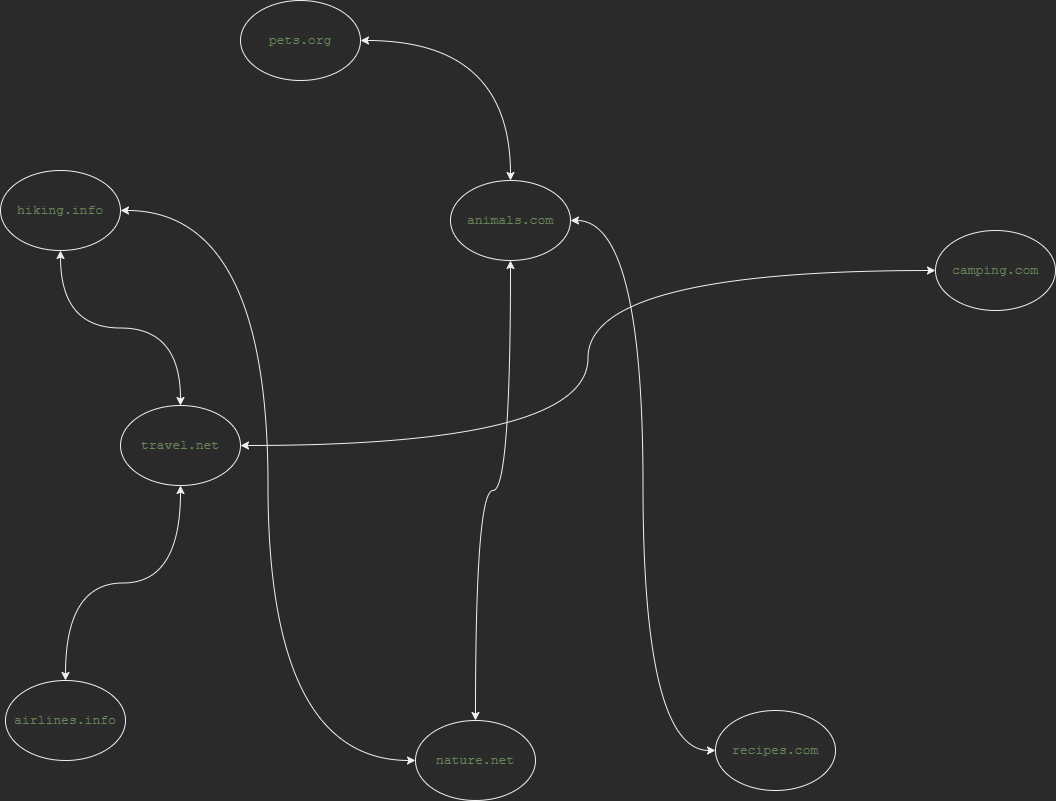
Above: links.drawio.png in funkey7dan/big_data_ex2 (draw.io), before the change. Source tidied: cells renumbered, new cells last; positions are measured from the earlier drawing's top-left corner, leaving out a move shared by most shapes.
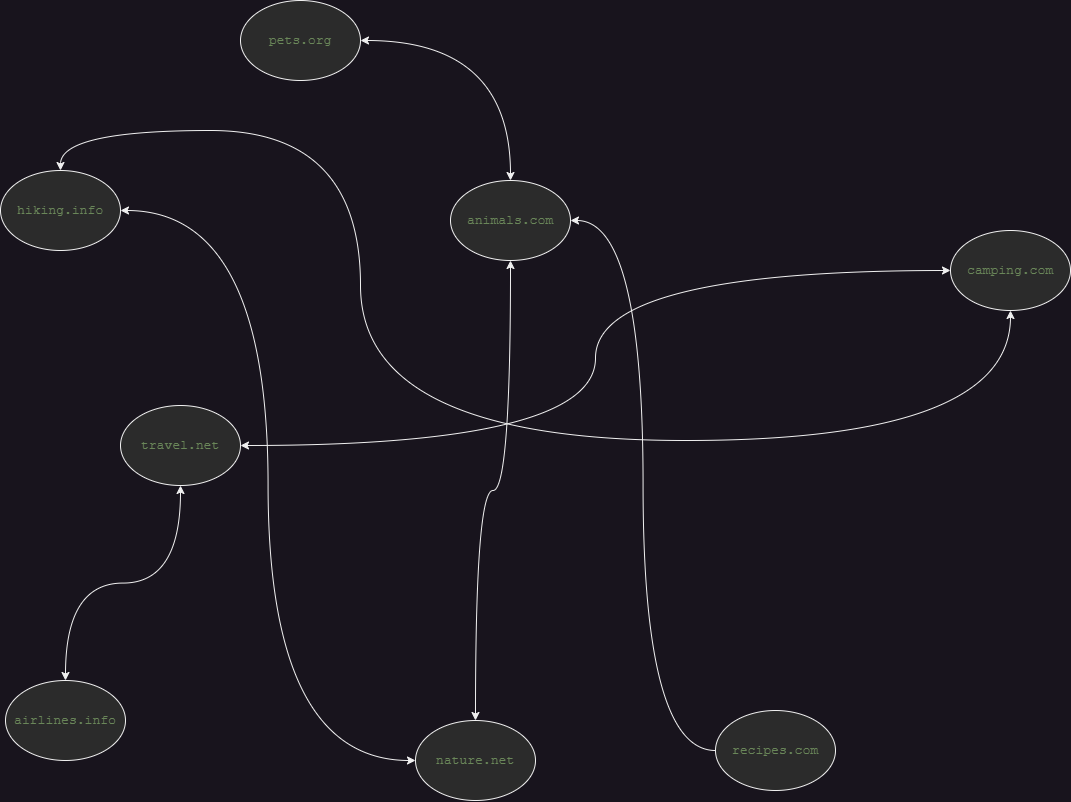
Later version of the same file.

The edit, as a diff of the source:
```diff
@@ -5,23 +5,30 @@
     <mxCell id="2" style="edgeStyle=orthogonalEdgeStyle;jettySize=auto;html=1;exitX=0.5;exitY=1;exitDx=0;exitDy=0;startArrow=classic;startFill=1;curved=1;" parent="1" edge="1" source="3" target="16">
       <mxGeometry relative="1" as="geometry" />
     </mxCell>
-    <mxCell id="3" value="&lt;pre style=&quot;background-color:#2b2b2b;color:#a9b7c6;font-family:'JetBrains Mono',monospace;font-size:9.8pt;&quot;&gt;&lt;span style=&quot;color:#6a8759;&quot;&gt;animals.com&lt;/span&gt;&lt;/pre&gt;" style="ellipse;whiteSpace=wrap;html=1;" parent="1" vertex="1">
+    <mxCell id="3" value="&lt;pre style=&quot;background-color:#2b2b2b;color:#a9b7c6;font-family:'JetBrains Mono',monospace;font-size:9.8pt;&quot;&gt;&lt;span style=&quot;color:#6a8759;&quot;&gt;animals.com&lt;/span&gt;&lt;/pre&gt;" style="ellipse;whiteSpace=wrap;html=1;fillColor=#2B2B2B;" parent="1" vertex="1">
       <mxGeometry x="450" y="180" width="120" height="80" as="geometry" />
     </mxCell>
     <mxCell id="4" style="edgeStyle=orthogonalEdgeStyle;jettySize=auto;html=1;entryX=0.5;entryY=0;entryDx=0;entryDy=0;startArrow=classic;startFill=1;curved=1;" parent="1" edge="1" source="5" target="3">
       <mxGeometry relative="1" as="geometry" />
     </mxCell>
-    <mxCell id="5" value="&lt;pre style=&quot;background-color:#2b2b2b;color:#a9b7c6;font-family:'JetBrains Mono',monospace;font-size:9.8pt;&quot;&gt;&lt;span style=&quot;color:#6a8759;&quot;&gt;pets.org&lt;/span&gt;&lt;/pre&gt;" style="ellipse;whiteSpace=wrap;html=1;" parent="1" vertex="1">
+    <mxCell id="5" value="&lt;pre style=&quot;background-color:#2b2b2b;color:#a9b7c6;font-family:'JetBrains Mono',monospace;font-size:9.8pt;&quot;&gt;&lt;span style=&quot;color:#6a8759;&quot;&gt;pets.org&lt;/span&gt;&lt;/pre&gt;" style="ellipse;whiteSpace=wrap;html=1;fillColor=#2B2B2B;" parent="1" vertex="1">
       <mxGeometry x="240" width="120" height="80" as="geometry" />
     </mxCell>
-    <mxCell id="6" style="edgeStyle=orthogonalEdgeStyle;jettySize=auto;html=1;exitX=0.5;exitY=1;exitDx=0;exitDy=0;entryX=0.5;entryY=0;entryDx=0;entryDy=0;startArrow=classic;startFill=1;curved=1;" parent="1" edge="1" source="7" target="11">
-      <mxGeometry relative="1" as="geometry" />
-    </mxCell>
+    <mxCell id="17" style="edgeStyle=orthogonalEdgeStyle;jettySize=auto;html=1;entryX=0.5;entryY=1;entryDx=0;entryDy=0;startArrow=classic;startFill=1;endArrow=classic;endFill=1;curved=1;exitX=0.5;exitY=0;exitDx=0;exitDy=0;" parent="1" edge="1" source="7" target="8">
+      <mxGeometry relative="1" as="geometry">
+        <Array as="points">
+          <mxPoint x="60" y="130" />
+          <mxPoint x="360" y="130" />
+          <mxPoint x="360" y="440" />
+          <mxPoint x="1010" y="440" />
+        </Array>
+      </mxGeometry>
+    </mxCell>
-    <mxCell id="7" value="&lt;pre style=&quot;background-color:#2b2b2b;color:#a9b7c6;font-family:'JetBrains Mono',monospace;font-size:9.8pt;&quot;&gt;&lt;span style=&quot;color:#6a8759;&quot;&gt;hiking.info&lt;/span&gt;&lt;/pre&gt;" style="ellipse;whiteSpace=wrap;html=1;" parent="1" vertex="1">
+    <mxCell id="7" value="&lt;pre style=&quot;background-color:#2b2b2b;color:#a9b7c6;font-family:'JetBrains Mono',monospace;font-size:9.8pt;&quot;&gt;&lt;span style=&quot;color:#6a8759;&quot;&gt;hiking.info&lt;/span&gt;&lt;/pre&gt;" style="ellipse;whiteSpace=wrap;html=1;fillColor=#2B2B2B;" parent="1" vertex="1">
       <mxGeometry y="170" width="120" height="80" as="geometry" />
     </mxCell>
-    <mxCell id="8" value="&lt;pre style=&quot;background-color:#2b2b2b;color:#a9b7c6;font-family:'JetBrains Mono',monospace;font-size:9.8pt;&quot;&gt;&lt;span style=&quot;color:#6a8759;&quot;&gt;camping.com&lt;/span&gt;&lt;/pre&gt;" style="ellipse;whiteSpace=wrap;html=1;" parent="1" vertex="1">
-      <mxGeometry x="935" y="230" width="120" height="80" as="geometry" />
+    <mxCell id="8" value="&lt;pre style=&quot;background-color:#2b2b2b;color:#a9b7c6;font-family:'JetBrains Mono',monospace;font-size:9.8pt;&quot;&gt;&lt;span style=&quot;color:#6a8759;&quot;&gt;camping.com&lt;/span&gt;&lt;/pre&gt;" style="ellipse;whiteSpace=wrap;html=1;fillColor=#2B2B2B;" parent="1" vertex="1">
+      <mxGeometry x="950" y="230" width="120" height="80" as="geometry" />
     </mxCell>
     <mxCell id="9" style="edgeStyle=orthogonalEdgeStyle;jettySize=auto;html=1;entryX=0;entryY=0.5;entryDx=0;entryDy=0;startArrow=classic;startFill=1;curved=1;" parent="1" edge="1" source="11" target="8">
       <mxGeometry relative="1" as="geometry" />
@@ -29,22 +36,22 @@
     <mxCell id="10" style="edgeStyle=orthogonalEdgeStyle;jettySize=auto;html=1;exitX=0.5;exitY=1;exitDx=0;exitDy=0;entryX=0.5;entryY=0;entryDx=0;entryDy=0;endArrow=classic;endFill=1;strokeColor=default;curved=1;startArrow=classic;startFill=1;" parent="1" edge="1" source="11" target="12">
       <mxGeometry relative="1" as="geometry" />
     </mxCell>
-    <mxCell id="11" value="&lt;pre style=&quot;background-color:#2b2b2b;color:#a9b7c6;font-family:'JetBrains Mono',monospace;font-size:9.8pt;&quot;&gt;&lt;span style=&quot;color:#6a8759;&quot;&gt;travel.net&lt;/span&gt;&lt;/pre&gt;" style="ellipse;whiteSpace=wrap;html=1;" parent="1" vertex="1">
+    <mxCell id="11" value="&lt;pre style=&quot;background-color:#2b2b2b;color:#a9b7c6;font-family:'JetBrains Mono',monospace;font-size:9.8pt;&quot;&gt;&lt;span style=&quot;color:#6a8759;&quot;&gt;travel.net&lt;/span&gt;&lt;/pre&gt;" style="ellipse;whiteSpace=wrap;html=1;fillColor=#2B2B2B;" parent="1" vertex="1">
       <mxGeometry x="120" y="405" width="120" height="80" as="geometry" />
     </mxCell>
-    <mxCell id="12" value="&lt;pre style=&quot;background-color:#2b2b2b;color:#a9b7c6;font-family:'JetBrains Mono',monospace;font-size:9.8pt;&quot;&gt;&lt;span style=&quot;color:#6a8759;&quot;&gt;airlines.info&lt;/span&gt;&lt;/pre&gt;" style="ellipse;whiteSpace=wrap;html=1;" parent="1" vertex="1">
+    <mxCell id="12" value="&lt;pre style=&quot;background-color:#2b2b2b;color:#a9b7c6;font-family:'JetBrains Mono',monospace;font-size:9.8pt;&quot;&gt;&lt;span style=&quot;color:#6a8759;&quot;&gt;airlines.info&lt;/span&gt;&lt;/pre&gt;" style="ellipse;whiteSpace=wrap;html=1;fillColor=#2b2b2b;" parent="1" vertex="1">
       <mxGeometry x="5" y="680" width="120" height="80" as="geometry" />
     </mxCell>
-    <mxCell id="13" style="edgeStyle=orthogonalEdgeStyle;curved=1;jettySize=auto;html=1;entryX=1;entryY=0.5;entryDx=0;entryDy=0;strokeColor=default;startArrow=classic;startFill=1;endArrow=classic;endFill=1;" parent="1" edge="1" source="14" target="3">
+    <mxCell id="13" style="edgeStyle=orthogonalEdgeStyle;curved=1;jettySize=auto;html=1;entryX=1;entryY=0.5;entryDx=0;entryDy=0;strokeColor=default;startArrow=none;startFill=0;endArrow=classic;endFill=1;" parent="1" edge="1" source="14" target="3">
       <mxGeometry relative="1" as="geometry" />
     </mxCell>
-    <mxCell id="14" value="&lt;pre style=&quot;background-color:#2b2b2b;color:#a9b7c6;font-family:'JetBrains Mono',monospace;font-size:9.8pt;&quot;&gt;&lt;span style=&quot;color:#6a8759;&quot;&gt;recipes.com&lt;/span&gt;&lt;/pre&gt;" style="ellipse;whiteSpace=wrap;html=1;" parent="1" vertex="1">
+    <mxCell id="14" value="&lt;pre style=&quot;background-color:#2b2b2b;color:#a9b7c6;font-family:'JetBrains Mono',monospace;font-size:9.8pt;&quot;&gt;&lt;span style=&quot;color:#6a8759;&quot;&gt;recipes.com&lt;/span&gt;&lt;/pre&gt;" style="ellipse;whiteSpace=wrap;html=1;fillColor=#2B2B2B;" parent="1" vertex="1">
       <mxGeometry x="715" y="710" width="120" height="80" as="geometry" />
     </mxCell>
     <mxCell id="15" style="edgeStyle=orthogonalEdgeStyle;jettySize=auto;html=1;entryX=1;entryY=0.5;entryDx=0;entryDy=0;startArrow=classic;startFill=1;curved=1;" parent="1" edge="1" source="16" target="7">
       <mxGeometry relative="1" as="geometry" />
     </mxCell>
-    <mxCell id="16" value="&lt;pre style=&quot;background-color:#2b2b2b;color:#a9b7c6;font-family:'JetBrains Mono',monospace;font-size:9.8pt;&quot;&gt;&lt;span style=&quot;color:#6a8759;&quot;&gt;nature.net&lt;/span&gt;&lt;/pre&gt;" style="ellipse;whiteSpace=wrap;html=1;" parent="1" vertex="1">
+    <mxCell id="16" value="&lt;pre style=&quot;background-color:#2b2b2b;color:#a9b7c6;font-family:'JetBrains Mono',monospace;font-size:9.8pt;&quot;&gt;&lt;span style=&quot;color:#6a8759;&quot;&gt;nature.net&lt;/span&gt;&lt;/pre&gt;" style="ellipse;whiteSpace=wrap;html=1;fillColor=#2B2B2B;" parent="1" vertex="1">
       <mxGeometry x="415" y="720" width="120" height="80" as="geometry" />
     </mxCell>
   </root>
```
